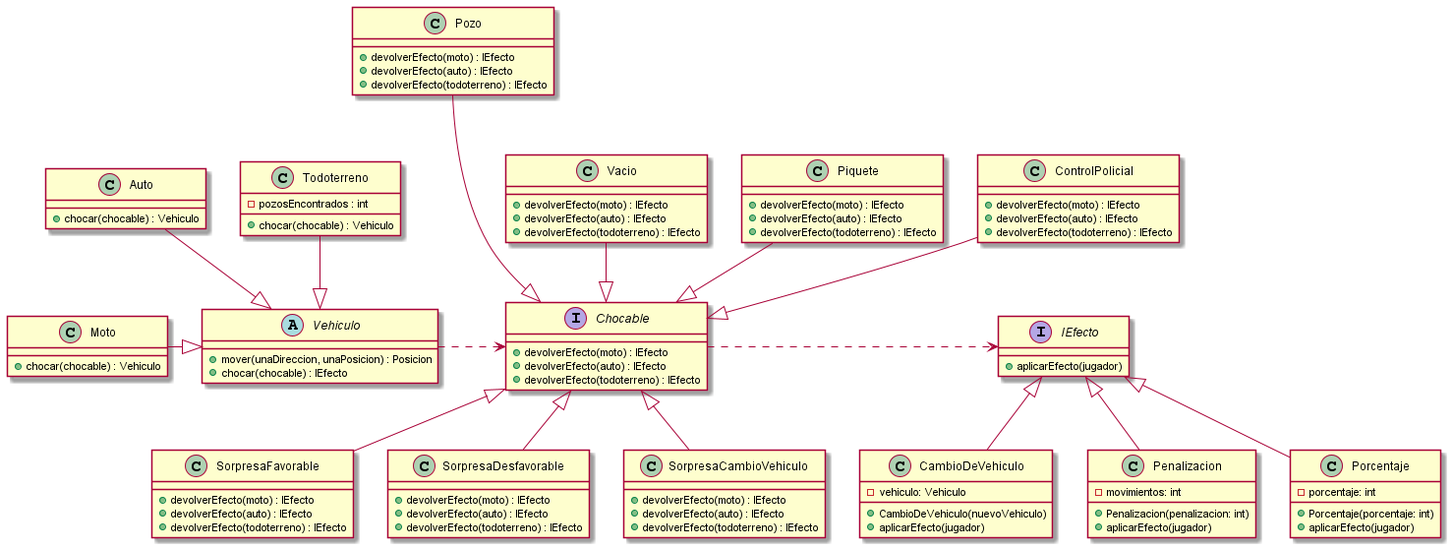
Above: diagrams/classes/diagrama_interfaces.png in NestorPala/T17-GPSChallenge (PlantUML), before the change.
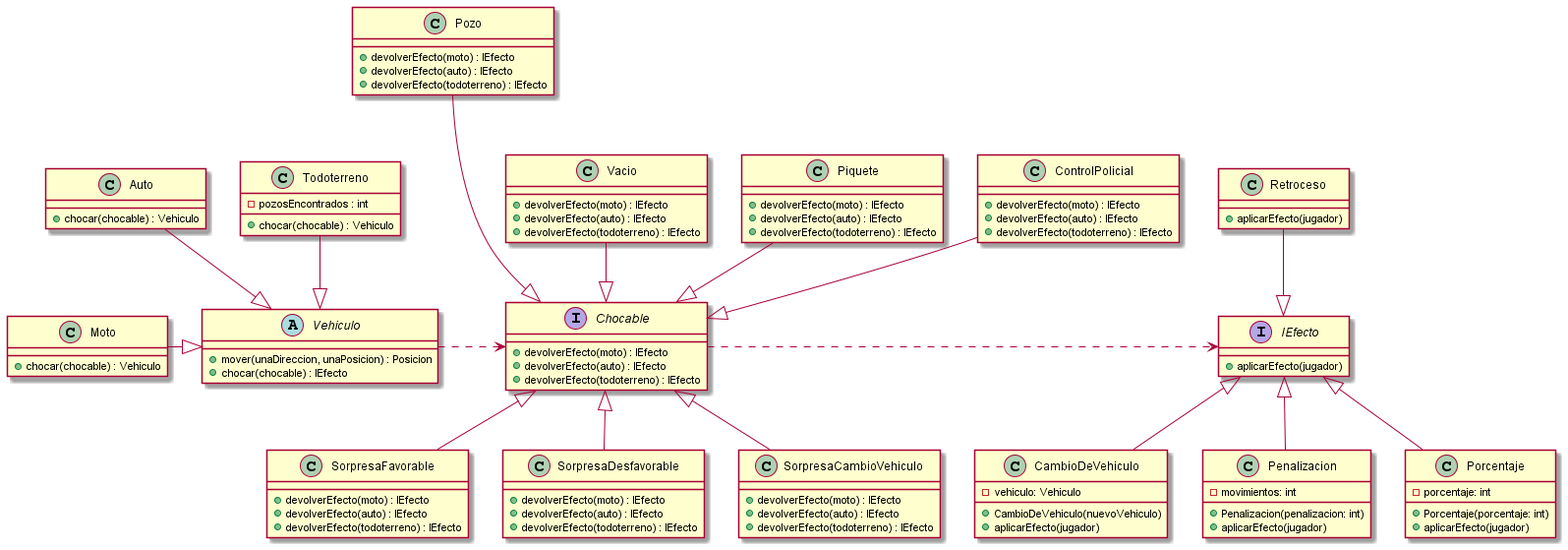
The same file after the commit.

Commit message:
agrego IEfecto Retroceso

What changed in the source:
```diff
@@ -94,6 +94,10 @@
     + aplicarEfecto(jugador)
 }
 
+class Retroceso {
+    + aplicarEfecto(jugador)
+}
+
 
 
 Pozo ---|> Chocable
@@ -116,6 +120,7 @@
 IEfecto <|-- CambioDeVehiculo
 IEfecto <|-- Penalizacion
 IEfecto <|-- Porcentaje
+Retroceso --|> IEfecto
 
 
 
```
